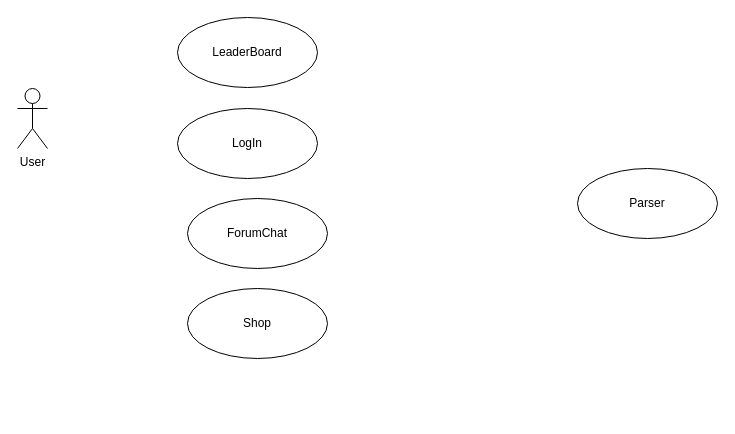
Earlier version of the draw.io diagram UseCase.drawio (rootint/reusedlearning). Source tidied: cells renumbered, new cells numbered last; positions are measured from the earlier drawing's top-left corner, leaving out a move shared by most shapes. Both pictures are drawn from the tidied source at 100%, with x=0, y=0 at pixel (17, 17).
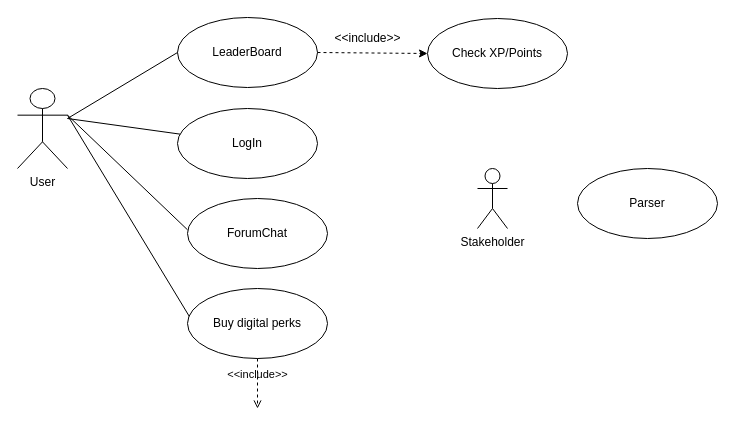
The same page after the edit.

Diff of the diagram source:
```diff
@@
 <mxGraphModel>
   <root>
     <mxCell id="0" />
     <mxCell id="1" parent="0" />
     <mxCell id="2" value="User" style="shape=umlActor;verticalLabelPosition=bottom;verticalAlign=top;html=1;" parent="1" vertex="1">
-      <mxGeometry y="71" width="30" height="60" as="geometry" />
+      <mxGeometry y="71" width="50" height="80" as="geometry" />
     </mxCell>
     <mxCell id="3" value="LeaderBoard" style="ellipse;whiteSpace=wrap;html=1;" parent="1" vertex="1">
       <mxGeometry x="160" width="140" height="70" as="geometry" />
     </mxCell>
     <mxCell id="4" value="LogIn" style="ellipse;whiteSpace=wrap;html=1;" parent="1" vertex="1">
       <mxGeometry x="160" y="91" width="140" height="70" as="geometry" />
     </mxCell>
     <mxCell id="5" value="ForumChat" style="ellipse;whiteSpace=wrap;html=1;" parent="1" vertex="1">
       <mxGeometry x="170" y="181" width="140" height="70" as="geometry" />
     </mxCell>
     <mxCell id="6" value="Parser&lt;br&gt;" style="ellipse;whiteSpace=wrap;html=1;" parent="1" vertex="1">
       <mxGeometry x="560" y="151" width="140" height="70" as="geometry" />
     </mxCell>
-    <mxCell id="7" value="Shop" style="ellipse;whiteSpace=wrap;html=1;" parent="1" vertex="1">
+    <mxCell id="7" value="Buy digital perks" style="ellipse;whiteSpace=wrap;html=1;" parent="1" vertex="1">
       <mxGeometry x="170" y="271" width="140" height="70" as="geometry" />
     </mxCell>
+    <mxCell id="8" value="Check XP/Points" style="ellipse;whiteSpace=wrap;html=1;" parent="1" vertex="1">
+      <mxGeometry x="410" y="1" width="140" height="70" as="geometry" />
+    </mxCell>
+    <mxCell id="9" value="Stakeholder&lt;br&gt;" style="shape=umlActor;verticalLabelPosition=bottom;verticalAlign=top;html=1;" parent="1" vertex="1">
+      <mxGeometry x="460" y="151" width="30" height="60" as="geometry" />
+    </mxCell>
+    <mxCell id="10" value="&amp;lt;&amp;lt;include&amp;gt;&amp;gt;" style="html=1;verticalAlign=bottom;labelBackgroundColor=none;endArrow=open;endFill=0;dashed=1;rounded=0;exitX=0.5;exitY=1;exitDx=0;exitDy=0;" parent="1" edge="1" source="7">
+      <mxGeometry relative="1" as="geometry">
+        <mxPoint x="240" y="391" as="targetPoint" />
+      </mxGeometry>
+    </mxCell>
+    <mxCell id="11" style="endArrow=classic;html=1;rounded=0;exitX=1;exitY=0.5;exitDx=0;exitDy=0;entryX=0;entryY=0.5;entryDx=0;entryDy=0;strokeColor=default;dashed=1;" parent="1" edge="1" source="3" target="8">
+      <mxGeometry relative="1" as="geometry" />
+    </mxCell>
+    <mxCell id="12" value="&amp;lt;&amp;lt;include&amp;gt;&amp;gt;" style="text;html=1;align=center;verticalAlign=middle;strokeColor=none;fillColor=none;" parent="1" vertex="1">
+      <mxGeometry x="310" y="11" width="80" height="20" as="geometry" />
+    </mxCell>
+    <mxCell id="13" style="endArrow=none;html=1;rounded=0;strokeColor=default;exitX=1;exitY=0.3333333333333333;exitDx=0;exitDy=0;exitPerimeter=0;entryX=0.013;entryY=0.399;entryDx=0;entryDy=0;entryPerimeter=0;" parent="1" edge="1" source="2" target="7">
+      <mxGeometry relative="1" as="geometry" />
+    </mxCell>
+    <mxCell id="14" style="endArrow=none;html=1;rounded=0;strokeColor=default;exitX=1;exitY=0.3333333333333333;exitDx=0;exitDy=0;exitPerimeter=0;entryX=0.013;entryY=0.399;entryDx=0;entryDy=0;entryPerimeter=0;" parent="1" edge="1" source="2">
+      <mxGeometry relative="1" as="geometry">
+        <mxPoint x="170" y="212.3" as="targetPoint" />
+      </mxGeometry>
+    </mxCell>
+    <mxCell id="15" style="endArrow=none;html=1;rounded=0;strokeColor=default;entryX=0;entryY=0.5;entryDx=0;entryDy=0;" parent="1" edge="1" target="3">
+      <mxGeometry relative="1" as="geometry">
+        <mxPoint x="50" y="101" as="sourcePoint" />
+      </mxGeometry>
+    </mxCell>
+    <mxCell id="16" style="endArrow=none;html=1;rounded=0;strokeColor=default;" parent="1" edge="1" target="4">
+      <mxGeometry relative="1" as="geometry">
+        <mxPoint x="50" y="101" as="sourcePoint" />
+      </mxGeometry>
+    </mxCell>
   </root>
 </mxGraphModel>
```
